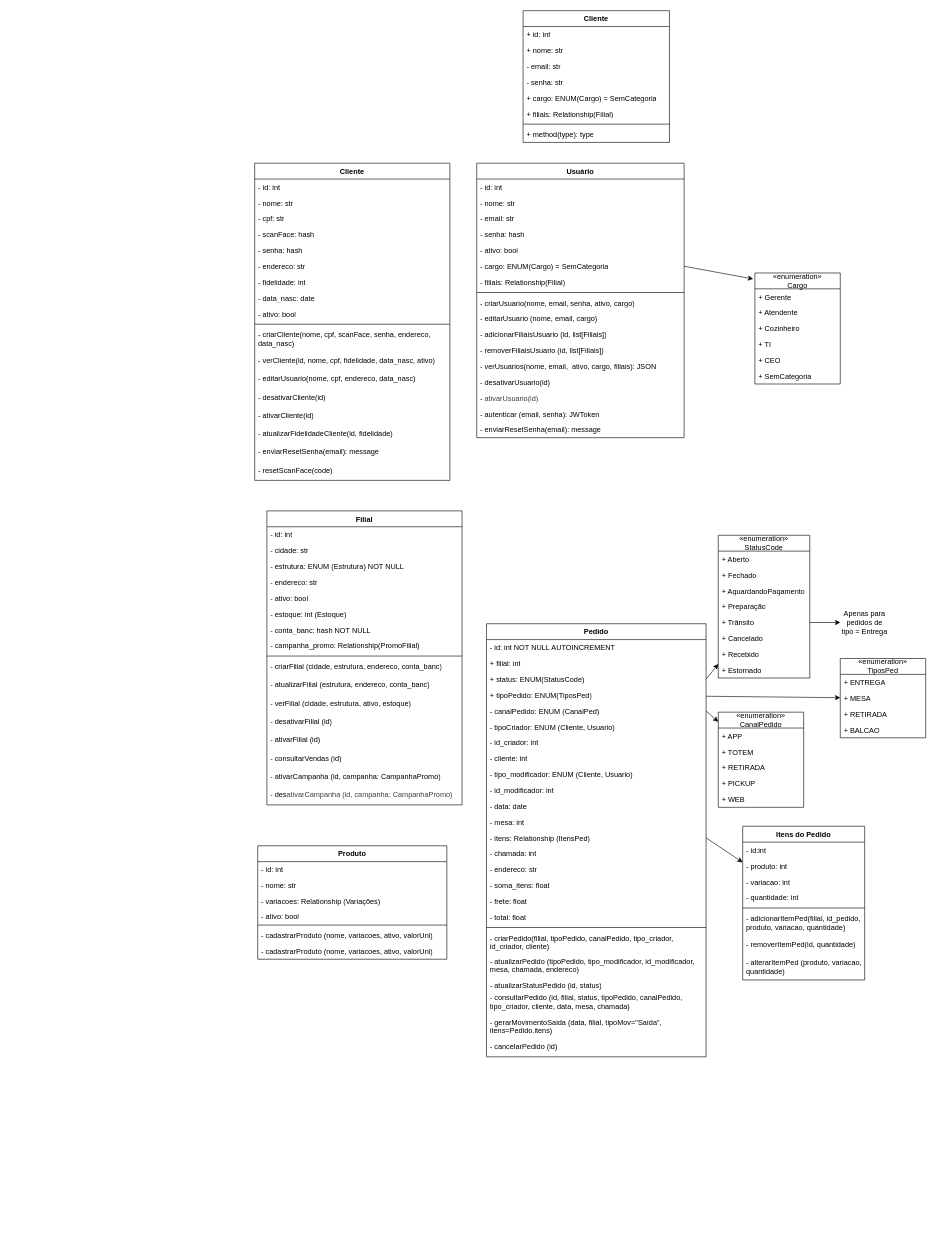
The draw.io diagram page "Diagrama de Classe" (2 of 4) of Diagramas/Modelagem V3.drawio in thiagomikulin/Raizes-do-Nordeste, before the edit. Source tidied: cells renumbered, new cells numbered last; positions are measured from the earlier drawing's top-left corner, leaving out a move shared by most shapes. Both pictures are drawn from the tidied source at 61%, with x=0, y=0 at pixel (254, 10).
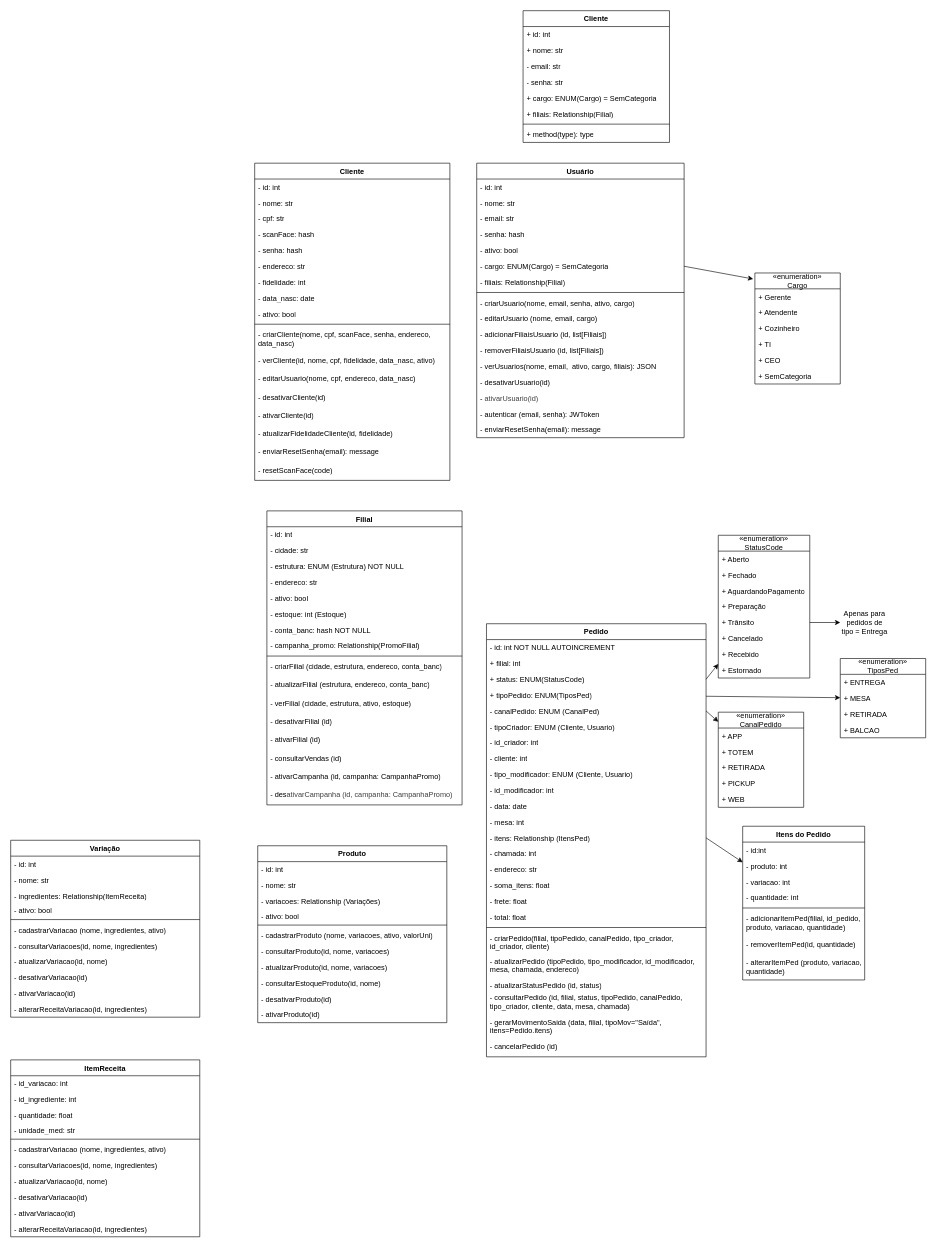
The same page after the edit.

What changed in the source:
```diff
@@
     <mxCell id="135" value="Produto" style="swimlane;fontStyle=1;align=center;verticalAlign=top;horizontal=1;startSize=26;whiteSpace=wrap;html=1;" parent="1" vertex="1">
-      <mxGeometry x="5" y="1369" width="310" height="186" as="geometry" />
+      <mxGeometry x="5" y="1369" width="310" height="290" as="geometry" />
     </mxCell>
@@
-    <mxCell id="142" value="- cadastrarProduto (nome, variacoes, ativo, valorUni)" style="text;strokeColor=none;fillColor=none;align=left;verticalAlign=top;spacingLeft=4;spacingRight=4;overflow=hidden;whiteSpace=wrap;html=1;" parent="135" vertex="1">
+    <mxCell id="142" value="- consultarProduto(id, nome, variacoes)" style="text;strokeColor=none;fillColor=none;align=left;verticalAlign=top;spacingLeft=4;spacingRight=4;overflow=hidden;whiteSpace=wrap;html=1;" parent="135" vertex="1">
       <mxGeometry y="160" width="310" height="26" as="geometry" />
     </mxCell>
+    <mxCell id="143" value="- atualizarProduto(id, nome, variacoes)" style="text;strokeColor=none;fillColor=none;align=left;verticalAlign=top;spacingLeft=4;spacingRight=4;overflow=hidden;whiteSpace=wrap;html=1;" parent="135" vertex="1">
+      <mxGeometry y="186" width="310" height="26" as="geometry" />
+    </mxCell>
+    <mxCell id="144" value="- consultarEstoqueProduto(id, nome)" style="text;strokeColor=none;fillColor=none;align=left;verticalAlign=top;spacingLeft=4;spacingRight=4;overflow=hidden;whiteSpace=wrap;html=1;" parent="135" vertex="1">
+      <mxGeometry y="212" width="310" height="26" as="geometry" />
+    </mxCell>
+    <mxCell id="145" value="- desativarProduto(id)" style="text;strokeColor=none;fillColor=none;align=left;verticalAlign=top;spacingLeft=4;spacingRight=4;overflow=hidden;whiteSpace=wrap;html=1;" parent="135" vertex="1">
+      <mxGeometry y="238" width="310" height="26" as="geometry" />
+    </mxCell>
+    <mxCell id="146" value="- ativarProduto(id)" style="text;strokeColor=none;fillColor=none;align=left;verticalAlign=top;spacingLeft=4;spacingRight=4;overflow=hidden;whiteSpace=wrap;html=1;" parent="135" vertex="1">
+      <mxGeometry y="264" width="310" height="26" as="geometry" />
+    </mxCell>
+    <mxCell id="147" value="Variação" style="swimlane;fontStyle=1;align=center;verticalAlign=top;horizontal=1;startSize=26;whiteSpace=wrap;html=1;" parent="1" vertex="1">
+      <mxGeometry x="-400" y="1360" width="310" height="290" as="geometry" />
+    </mxCell>
+    <mxCell id="148" value="- id: int" style="text;strokeColor=none;fillColor=none;align=left;verticalAlign=top;spacingLeft=4;spacingRight=4;overflow=hidden;whiteSpace=wrap;html=1;" parent="147" vertex="1">
+      <mxGeometry y="26" width="310" height="26" as="geometry" />
+    </mxCell>
+    <mxCell id="149" value="- nome: str" style="text;strokeColor=none;fillColor=none;align=left;verticalAlign=top;spacingLeft=4;spacingRight=4;overflow=hidden;whiteSpace=wrap;html=1;" parent="147" vertex="1">
+      <mxGeometry y="52" width="310" height="26" as="geometry" />
+    </mxCell>
+    <mxCell id="150" value="- ingredientes: Relationship(ItemReceita)" style="text;strokeColor=none;fillColor=none;align=left;verticalAlign=top;spacingLeft=4;spacingRight=4;overflow=hidden;whiteSpace=wrap;html=1;" parent="147" vertex="1">
+      <mxGeometry y="78" width="310" height="24" as="geometry" />
+    </mxCell>
+    <mxCell id="151" value="- ativo: bool" style="text;strokeColor=none;fillColor=none;align=left;verticalAlign=top;spacingLeft=4;spacingRight=4;overflow=hidden;whiteSpace=wrap;html=1;" parent="147" vertex="1">
+      <mxGeometry y="102" width="310" height="24" as="geometry" />
+    </mxCell>
+    <mxCell id="152" style="line;strokeWidth=1;fillColor=none;align=left;verticalAlign=middle;spacingTop=-1;spacingLeft=3;spacingRight=3;labelPosition=right;strokeColor=inherit;" parent="147" vertex="1">
+      <mxGeometry y="126" width="310" height="8" as="geometry" />
+    </mxCell>
+    <mxCell id="153" value="- cadastrarVariacao (nome, ingredientes, ativo)" style="text;strokeColor=none;fillColor=none;align=left;verticalAlign=top;spacingLeft=4;spacingRight=4;overflow=hidden;whiteSpace=wrap;html=1;" parent="147" vertex="1">
+      <mxGeometry y="134" width="310" height="26" as="geometry" />
+    </mxCell>
+    <mxCell id="154" value="- consultarVariacoes(id, nome, ingredientes)" style="text;strokeColor=none;fillColor=none;align=left;verticalAlign=top;spacingLeft=4;spacingRight=4;overflow=hidden;whiteSpace=wrap;html=1;" parent="147" vertex="1">
+      <mxGeometry y="160" width="310" height="26" as="geometry" />
+    </mxCell>
+    <mxCell id="155" value="- atualizarVariacao(id, nome)" style="text;strokeColor=none;fillColor=none;align=left;verticalAlign=top;spacingLeft=4;spacingRight=4;overflow=hidden;whiteSpace=wrap;html=1;" parent="147" vertex="1">
+      <mxGeometry y="186" width="310" height="26" as="geometry" />
+    </mxCell>
+    <mxCell id="156" value="- desativarVariacao(id)" style="text;strokeColor=none;fillColor=none;align=left;verticalAlign=top;spacingLeft=4;spacingRight=4;overflow=hidden;whiteSpace=wrap;html=1;" parent="147" vertex="1">
+      <mxGeometry y="212" width="310" height="26" as="geometry" />
+    </mxCell>
+    <mxCell id="157" value="- ativarVariacao(id)" style="text;strokeColor=none;fillColor=none;align=left;verticalAlign=top;spacingLeft=4;spacingRight=4;overflow=hidden;whiteSpace=wrap;html=1;" parent="147" vertex="1">
+      <mxGeometry y="238" width="310" height="26" as="geometry" />
+    </mxCell>
+    <mxCell id="158" value="- alterarReceitaVariacao(id, ingredientes)" style="text;strokeColor=none;fillColor=none;align=left;verticalAlign=top;spacingLeft=4;spacingRight=4;overflow=hidden;whiteSpace=wrap;html=1;" parent="147" vertex="1">
+      <mxGeometry y="264" width="310" height="26" as="geometry" />
+    </mxCell>
+    <mxCell id="159" value="ItemReceita" style="swimlane;fontStyle=1;align=center;verticalAlign=top;horizontal=1;startSize=26;whiteSpace=wrap;html=1;" parent="1" vertex="1">
+      <mxGeometry x="-400" y="1720" width="310" height="290" as="geometry" />
+    </mxCell>
+    <mxCell id="160" value="- id_variacao: int" style="text;strokeColor=none;fillColor=none;align=left;verticalAlign=top;spacingLeft=4;spacingRight=4;overflow=hidden;whiteSpace=wrap;html=1;" parent="159" vertex="1">
+      <mxGeometry y="26" width="310" height="26" as="geometry" />
+    </mxCell>
+    <mxCell id="161" value="- id_ingrediente: int" style="text;strokeColor=none;fillColor=none;align=left;verticalAlign=top;spacingLeft=4;spacingRight=4;overflow=hidden;whiteSpace=wrap;html=1;" parent="159" vertex="1">
+      <mxGeometry y="52" width="310" height="26" as="geometry" />
+    </mxCell>
+    <mxCell id="162" value="- quantidade: float" style="text;strokeColor=none;fillColor=none;align=left;verticalAlign=top;spacingLeft=4;spacingRight=4;overflow=hidden;whiteSpace=wrap;html=1;" parent="159" vertex="1">
+      <mxGeometry y="78" width="310" height="24" as="geometry" />
+    </mxCell>
+    <mxCell id="163" value="- unidade_med: str" style="text;strokeColor=none;fillColor=none;align=left;verticalAlign=top;spacingLeft=4;spacingRight=4;overflow=hidden;whiteSpace=wrap;html=1;" parent="159" vertex="1">
+      <mxGeometry y="102" width="310" height="24" as="geometry" />
+    </mxCell>
+    <mxCell id="164" style="line;strokeWidth=1;fillColor=none;align=left;verticalAlign=middle;spacingTop=-1;spacingLeft=3;spacingRight=3;labelPosition=right;strokeColor=inherit;" parent="159" vertex="1">
+      <mxGeometry y="126" width="310" height="8" as="geometry" />
+    </mxCell>
+    <mxCell id="165" value="- cadastrarVariacao (nome, ingredientes, ativo)" style="text;strokeColor=none;fillColor=none;align=left;verticalAlign=top;spacingLeft=4;spacingRight=4;overflow=hidden;whiteSpace=wrap;html=1;" parent="159" vertex="1">
+      <mxGeometry y="134" width="310" height="26" as="geometry" />
+    </mxCell>
+    <mxCell id="166" value="- consultarVariacoes(id, nome, ingredientes)" style="text;strokeColor=none;fillColor=none;align=left;verticalAlign=top;spacingLeft=4;spacingRight=4;overflow=hidden;whiteSpace=wrap;html=1;" parent="159" vertex="1">
+      <mxGeometry y="160" width="310" height="26" as="geometry" />
+    </mxCell>
+    <mxCell id="167" value="- atualizarVariacao(id, nome)" style="text;strokeColor=none;fillColor=none;align=left;verticalAlign=top;spacingLeft=4;spacingRight=4;overflow=hidden;whiteSpace=wrap;html=1;" parent="159" vertex="1">
+      <mxGeometry y="186" width="310" height="26" as="geometry" />
+    </mxCell>
+    <mxCell id="168" value="- desativarVariacao(id)" style="text;strokeColor=none;fillColor=none;align=left;verticalAlign=top;spacingLeft=4;spacingRight=4;overflow=hidden;whiteSpace=wrap;html=1;" parent="159" vertex="1">
+      <mxGeometry y="212" width="310" height="26" as="geometry" />
+    </mxCell>
+    <mxCell id="169" value="- ativarVariacao(id)" style="text;strokeColor=none;fillColor=none;align=left;verticalAlign=top;spacingLeft=4;spacingRight=4;overflow=hidden;whiteSpace=wrap;html=1;" parent="159" vertex="1">
+      <mxGeometry y="238" width="310" height="26" as="geometry" />
+    </mxCell>
+    <mxCell id="170" value="- alterarReceitaVariacao(id, ingredientes)" style="text;strokeColor=none;fillColor=none;align=left;verticalAlign=top;spacingLeft=4;spacingRight=4;overflow=hidden;whiteSpace=wrap;html=1;" parent="159" vertex="1">
+      <mxGeometry y="264" width="310" height="26" as="geometry" />
+    </mxCell>
```
